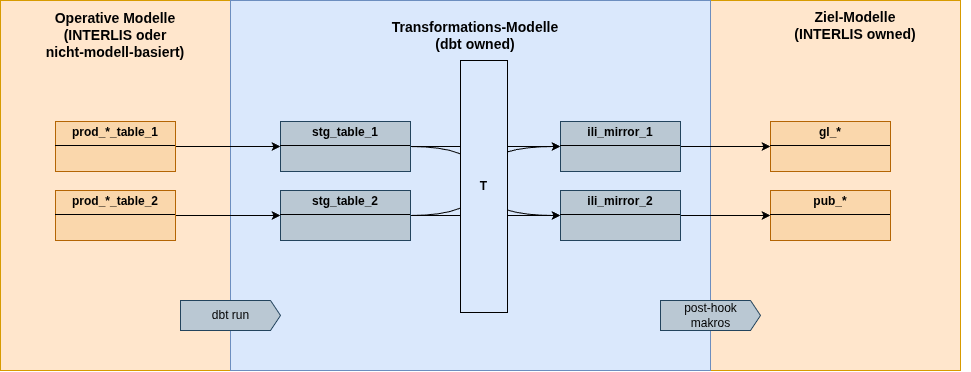
ayomeer/aue_dbt keeps this draw.io diagram as doc/img/dbt_boundaries.drawio.png. Above is the earlier version. Source tidied: cells renumbered, new cells last; positions are measured from the earlier drawing's top-left corner, leaving out a move shared by most shapes. The source it was exported from:
```xml
<mxGraphModel>
  <root>
    <mxCell id="0" />
    <mxCell id="1" parent="0" />
    <mxCell id="2" style="rounded=0;whiteSpace=wrap;html=1;fillColor=#ffe6cc;strokeColor=#d79b00;" parent="1" vertex="1">
      <mxGeometry x="710" width="250" height="370" as="geometry" />
    </mxCell>
    <mxCell id="3" style="rounded=0;whiteSpace=wrap;html=1;fillColor=#ffe6cc;strokeColor=#d79b00;" parent="1" vertex="1">
      <mxGeometry width="240" height="370" as="geometry" />
    </mxCell>
    <mxCell id="4" style="rounded=0;whiteSpace=wrap;html=1;fillColor=#dae8fc;strokeColor=#6c8ebf;" parent="1" vertex="1">
      <mxGeometry x="230" width="480" height="370" as="geometry" />
    </mxCell>
    <mxCell id="5" style="edgeStyle=orthogonalEdgeStyle;rounded=0;jettySize=auto;html=1;exitX=1;exitY=0.5;exitDx=0;exitDy=0;entryX=0;entryY=0.5;entryDx=0;entryDy=0;curved=1;" parent="1" edge="1" source="7" target="21">
      <mxGeometry relative="1" as="geometry">
        <Array as="points">
          <mxPoint x="480" y="146" />
          <mxPoint x="480" y="215" />
        </Array>
      </mxGeometry>
    </mxCell>
    <mxCell id="6" style="edgeStyle=orthogonalEdgeStyle;rounded=0;jettySize=auto;html=1;exitX=1;exitY=0.5;exitDx=0;exitDy=0;entryX=0;entryY=0.5;entryDx=0;entryDy=0;" parent="1" edge="1" source="7" target="9">
      <mxGeometry relative="1" as="geometry" />
    </mxCell>
    <mxCell id="7" value="&lt;p style=&quot;margin:0px;margin-top:4px;text-align:center;&quot;&gt;&lt;b&gt;stg_table_1&lt;/b&gt;&lt;/p&gt;&lt;hr size=&quot;1&quot; style=&quot;border-style:solid;&quot;&gt;&lt;div style=&quot;height:2px;&quot;&gt;&amp;nbsp; &amp;nbsp;&amp;nbsp;&lt;/div&gt;" style="verticalAlign=top;align=left;overflow=fill;html=1;whiteSpace=wrap;fillColor=#bac8d3;strokeColor=#23445d;" parent="1" vertex="1">
      <mxGeometry x="280" y="121" width="130" height="50" as="geometry" />
    </mxCell>
    <mxCell id="8" style="edgeStyle=orthogonalEdgeStyle;rounded=0;jettySize=auto;html=1;exitX=1;exitY=0.5;exitDx=0;exitDy=0;entryX=0;entryY=0.5;entryDx=0;entryDy=0;" parent="1" edge="1" source="9" target="19">
      <mxGeometry relative="1" as="geometry" />
    </mxCell>
    <mxCell id="9" value="&lt;p style=&quot;margin:0px;margin-top:4px;text-align:center;&quot;&gt;&lt;b&gt;ili_mirror_1&lt;/b&gt;&lt;/p&gt;&lt;hr size=&quot;1&quot; style=&quot;border-style:solid;&quot;&gt;&lt;div style=&quot;height:2px;&quot;&gt;&lt;/div&gt;" style="verticalAlign=top;align=left;overflow=fill;html=1;whiteSpace=wrap;fillColor=#bac8d3;strokeColor=#23445d;" parent="1" vertex="1">
      <mxGeometry x="560" y="121" width="120" height="50" as="geometry" />
    </mxCell>
    <mxCell id="10" value="Transformations-Modelle&lt;br&gt;(dbt owned)" style="text;html=1;whiteSpace=wrap;strokeColor=none;fillColor=none;align=center;verticalAlign=middle;rounded=0;fontSize=14;fontStyle=1;" parent="1" vertex="1">
      <mxGeometry x="250" y="20" width="450" height="30" as="geometry" />
    </mxCell>
    <mxCell id="11" value="Operative Modelle&lt;br&gt;(INTERLIS oder &lt;br&gt;nicht-modell-basiert)" style="text;html=1;whiteSpace=wrap;strokeColor=none;fillColor=none;align=center;verticalAlign=middle;rounded=0;fontSize=14;fontStyle=1;" parent="1" vertex="1">
      <mxGeometry x="10" y="20" width="210" height="30" as="geometry" />
    </mxCell>
    <mxCell id="12" style="edgeStyle=orthogonalEdgeStyle;rounded=0;jettySize=auto;html=1;exitX=1;exitY=0.5;exitDx=0;exitDy=0;entryX=0;entryY=0.5;entryDx=0;entryDy=0;" parent="1" edge="1" source="13" target="7">
      <mxGeometry relative="1" as="geometry" />
    </mxCell>
    <mxCell id="13" value="&lt;p style=&quot;margin:0px;margin-top:4px;text-align:center;&quot;&gt;&lt;b&gt;prod_*_table_1&lt;/b&gt;&lt;/p&gt;&lt;hr size=&quot;1&quot; style=&quot;border-style:solid;&quot;&gt;&lt;div style=&quot;height:2px;&quot;&gt;&lt;/div&gt;" style="verticalAlign=top;align=left;overflow=fill;html=1;whiteSpace=wrap;fillColor=#fad7ac;strokeColor=#b46504;" parent="1" vertex="1">
      <mxGeometry x="55" y="121" width="120" height="50" as="geometry" />
    </mxCell>
    <mxCell id="14" style="edgeStyle=orthogonalEdgeStyle;rounded=0;jettySize=auto;html=1;exitX=1;exitY=0.5;exitDx=0;exitDy=0;entryX=0;entryY=0.5;entryDx=0;entryDy=0;" parent="1" edge="1" source="15" target="18">
      <mxGeometry relative="1" as="geometry" />
    </mxCell>
    <mxCell id="15" value="&lt;p style=&quot;margin: 4px 0px 0px; text-align: center;&quot;&gt;&lt;b&gt;prod_*_table_2&lt;/b&gt;&lt;/p&gt;&lt;hr size=&quot;1&quot; style=&quot;border-style: solid;&quot;&gt;" style="verticalAlign=top;align=left;overflow=fill;html=1;whiteSpace=wrap;fillColor=#fad7ac;strokeColor=#b46504;" parent="1" vertex="1">
      <mxGeometry x="55" y="190" width="120" height="50" as="geometry" />
    </mxCell>
    <mxCell id="16" style="edgeStyle=orthogonalEdgeStyle;rounded=0;jettySize=auto;html=1;exitX=1;exitY=0.5;exitDx=0;exitDy=0;entryX=0;entryY=0.5;entryDx=0;entryDy=0;curved=1;strokeColor=#000000;" parent="1" edge="1" source="18" target="9">
      <mxGeometry relative="1" as="geometry">
        <Array as="points">
          <mxPoint x="480" y="215" />
          <mxPoint x="480" y="146" />
        </Array>
      </mxGeometry>
    </mxCell>
    <mxCell id="17" style="edgeStyle=orthogonalEdgeStyle;rounded=0;jettySize=auto;html=1;exitX=1;exitY=0.5;exitDx=0;exitDy=0;entryX=0;entryY=0.5;entryDx=0;entryDy=0;" parent="1" edge="1" source="18" target="21">
      <mxGeometry relative="1" as="geometry" />
    </mxCell>
    <mxCell id="18" value="&lt;p style=&quot;margin:0px;margin-top:4px;text-align:center;&quot;&gt;&lt;b&gt;stg_table_2&lt;/b&gt;&lt;/p&gt;&lt;hr size=&quot;1&quot; style=&quot;border-style:solid;&quot;&gt;&lt;div style=&quot;height:2px;&quot;&gt;&amp;nbsp; &amp;nbsp;&amp;nbsp;&lt;/div&gt;" style="verticalAlign=top;align=left;overflow=fill;html=1;whiteSpace=wrap;fillColor=#bac8d3;strokeColor=#23445d;" parent="1" vertex="1">
      <mxGeometry x="280" y="190" width="130" height="50" as="geometry" />
    </mxCell>
    <mxCell id="19" value="&lt;p style=&quot;margin:0px;margin-top:4px;text-align:center;&quot;&gt;&lt;b&gt;gl_*&lt;/b&gt;&lt;/p&gt;&lt;hr size=&quot;1&quot; style=&quot;border-style:solid;&quot;&gt;&lt;div style=&quot;height:2px;&quot;&gt;&lt;/div&gt;" style="verticalAlign=top;align=left;overflow=fill;html=1;whiteSpace=wrap;fillColor=#fad7ac;strokeColor=#b46504;" parent="1" vertex="1">
      <mxGeometry x="770" y="121" width="120" height="50" as="geometry" />
    </mxCell>
    <mxCell id="20" style="edgeStyle=orthogonalEdgeStyle;rounded=0;jettySize=auto;html=1;exitX=1;exitY=0.5;exitDx=0;exitDy=0;entryX=0;entryY=0.5;entryDx=0;entryDy=0;" parent="1" edge="1" source="21">
      <mxGeometry relative="1" as="geometry">
        <mxPoint x="770" y="215" as="targetPoint" />
      </mxGeometry>
    </mxCell>
    <mxCell id="21" value="&lt;p style=&quot;margin: 4px 0px 0px; text-align: center;&quot;&gt;&lt;b&gt;ili_mirror_2&lt;/b&gt;&lt;/p&gt;&lt;hr size=&quot;1&quot; style=&quot;border-style: solid;&quot;&gt;" style="verticalAlign=top;align=left;overflow=fill;html=1;whiteSpace=wrap;fillColor=#bac8d3;strokeColor=#23445d;" parent="1" vertex="1">
      <mxGeometry x="560" y="190" width="120" height="50" as="geometry" />
    </mxCell>
    <mxCell id="22" value="Ziel-Modelle&lt;br&gt;(INTERLIS owned)" style="text;html=1;whiteSpace=wrap;strokeColor=none;fillColor=none;align=center;verticalAlign=middle;rounded=0;fontSize=14;fontStyle=1;" parent="1" vertex="1">
      <mxGeometry x="740" y="10" width="230" height="30" as="geometry" />
    </mxCell>
    <mxCell id="23" value="&lt;p style=&quot;margin:0px;margin-top:4px;text-align:center;&quot;&gt;&lt;b&gt;pub_*&lt;/b&gt;&lt;/p&gt;&lt;hr size=&quot;1&quot; style=&quot;border-style:solid;&quot;&gt;&lt;div style=&quot;height:2px;&quot;&gt;&lt;/div&gt;" style="verticalAlign=top;align=left;overflow=fill;html=1;whiteSpace=wrap;fillColor=#fad7ac;strokeColor=#b46504;" parent="1" vertex="1">
      <mxGeometry x="770" y="190" width="120" height="50" as="geometry" />
    </mxCell>
    <mxCell id="24" value="T" style="rounded=0;whiteSpace=wrap;html=1;fillColor=#dae8fc;strokeColor=default;fontStyle=1;" parent="1" vertex="1">
      <mxGeometry x="460" y="60" width="47" height="252" as="geometry" />
    </mxCell>
    <mxCell id="25" value="dbt run" style="html=1;shadow=0;dashed=0;align=center;verticalAlign=middle;shape=mxgraph.arrows2.arrow;dy=0;dx=10;notch=0;fillColor=#bac8d3;strokeColor=#23445d;" parent="1" vertex="1">
      <mxGeometry x="180" y="300" width="100" height="30" as="geometry" />
    </mxCell>
    <mxCell id="26" value="post-hook&lt;br&gt;makros" style="html=1;shadow=0;dashed=0;align=center;verticalAlign=middle;shape=mxgraph.arrows2.arrow;dy=0;dx=10;notch=0;fillColor=#bac8d3;strokeColor=#23445d;" parent="1" vertex="1">
      <mxGeometry x="660" y="300" width="100" height="30" as="geometry" />
    </mxCell>
  </root>
</mxGraphModel>
```
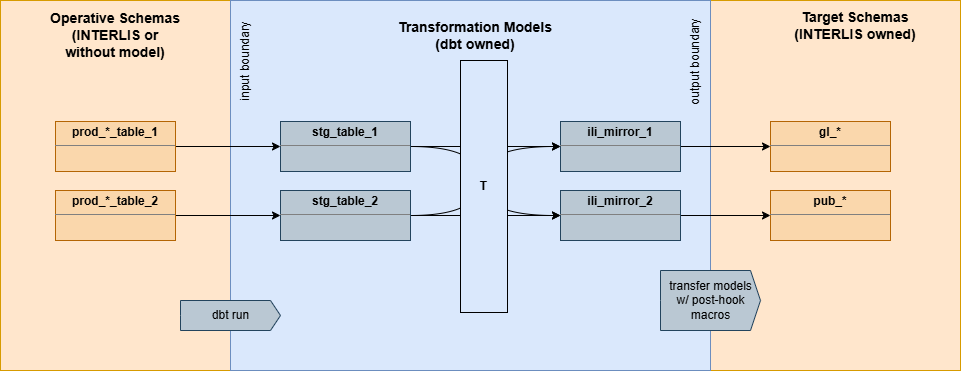
Above is the later version.

What changed in the source:
```diff
@@ -31,11 +31,11 @@
     <mxCell id="9" value="&lt;p style=&quot;margin:0px;margin-top:4px;text-align:center;&quot;&gt;&lt;b&gt;ili_mirror_1&lt;/b&gt;&lt;/p&gt;&lt;hr size=&quot;1&quot; style=&quot;border-style:solid;&quot;&gt;&lt;div style=&quot;height:2px;&quot;&gt;&lt;/div&gt;" style="verticalAlign=top;align=left;overflow=fill;html=1;whiteSpace=wrap;fillColor=#bac8d3;strokeColor=#23445d;" parent="1" vertex="1">
       <mxGeometry x="560" y="121" width="120" height="50" as="geometry" />
     </mxCell>
-    <mxCell id="10" value="Transformations-Modelle&lt;br&gt;(dbt owned)" style="text;html=1;whiteSpace=wrap;strokeColor=none;fillColor=none;align=center;verticalAlign=middle;rounded=0;fontSize=14;fontStyle=1;" parent="1" vertex="1">
+    <mxCell id="10" value="Transformation Models&lt;br&gt;(dbt owned)" style="text;html=1;whiteSpace=wrap;strokeColor=none;fillColor=none;align=center;verticalAlign=middle;rounded=0;fontSize=14;fontStyle=1;" parent="1" vertex="1">
       <mxGeometry x="250" y="20" width="450" height="30" as="geometry" />
     </mxCell>
-    <mxCell id="11" value="Operative Modelle&lt;br&gt;(INTERLIS oder &lt;br&gt;nicht-modell-basiert)" style="text;html=1;whiteSpace=wrap;strokeColor=none;fillColor=none;align=center;verticalAlign=middle;rounded=0;fontSize=14;fontStyle=1;" parent="1" vertex="1">
-      <mxGeometry x="10" y="20" width="210" height="30" as="geometry" />
+    <mxCell id="11" value="Operative Schemas&lt;br&gt;(INTERLIS or&lt;br&gt;without model)" style="text;html=1;whiteSpace=wrap;strokeColor=none;fillColor=none;align=center;verticalAlign=middle;rounded=0;fontSize=14;fontStyle=1;" parent="1" vertex="1">
+      <mxGeometry x="10" y="10" width="210" height="50" as="geometry" />
     </mxCell>
     <mxCell id="12" style="edgeStyle=orthogonalEdgeStyle;rounded=0;jettySize=auto;html=1;exitX=1;exitY=0.5;exitDx=0;exitDy=0;entryX=0;entryY=0.5;entryDx=0;entryDy=0;" parent="1" edge="1" source="13" target="7">
       <mxGeometry relative="1" as="geometry" />
@@ -74,7 +74,7 @@
     <mxCell id="21" value="&lt;p style=&quot;margin: 4px 0px 0px; text-align: center;&quot;&gt;&lt;b&gt;ili_mirror_2&lt;/b&gt;&lt;/p&gt;&lt;hr size=&quot;1&quot; style=&quot;border-style: solid;&quot;&gt;" style="verticalAlign=top;align=left;overflow=fill;html=1;whiteSpace=wrap;fillColor=#bac8d3;strokeColor=#23445d;" parent="1" vertex="1">
       <mxGeometry x="560" y="190" width="120" height="50" as="geometry" />
     </mxCell>
-    <mxCell id="22" value="Ziel-Modelle&lt;br&gt;(INTERLIS owned)" style="text;html=1;whiteSpace=wrap;strokeColor=none;fillColor=none;align=center;verticalAlign=middle;rounded=0;fontSize=14;fontStyle=1;" parent="1" vertex="1">
+    <mxCell id="22" value="Target Schemas&lt;br&gt;(INTERLIS owned)" style="text;html=1;whiteSpace=wrap;strokeColor=none;fillColor=none;align=center;verticalAlign=middle;rounded=0;fontSize=14;fontStyle=1;" parent="1" vertex="1">
       <mxGeometry x="740" y="10" width="230" height="30" as="geometry" />
     </mxCell>
     <mxCell id="23" value="&lt;p style=&quot;margin:0px;margin-top:4px;text-align:center;&quot;&gt;&lt;b&gt;pub_*&lt;/b&gt;&lt;/p&gt;&lt;hr size=&quot;1&quot; style=&quot;border-style:solid;&quot;&gt;&lt;div style=&quot;height:2px;&quot;&gt;&lt;/div&gt;" style="verticalAlign=top;align=left;overflow=fill;html=1;whiteSpace=wrap;fillColor=#fad7ac;strokeColor=#b46504;" parent="1" vertex="1">
@@ -86,8 +86,14 @@
     <mxCell id="25" value="dbt run" style="html=1;shadow=0;dashed=0;align=center;verticalAlign=middle;shape=mxgraph.arrows2.arrow;dy=0;dx=10;notch=0;fillColor=#bac8d3;strokeColor=#23445d;" parent="1" vertex="1">
       <mxGeometry x="180" y="300" width="100" height="30" as="geometry" />
     </mxCell>
-    <mxCell id="26" value="post-hook&lt;br&gt;makros" style="html=1;shadow=0;dashed=0;align=center;verticalAlign=middle;shape=mxgraph.arrows2.arrow;dy=0;dx=10;notch=0;fillColor=#bac8d3;strokeColor=#23445d;" parent="1" vertex="1">
-      <mxGeometry x="660" y="300" width="100" height="30" as="geometry" />
+    <mxCell id="26" value="transfer models&lt;br&gt;w/ post-hook&lt;br&gt;macros" style="html=1;shadow=0;dashed=0;align=center;verticalAlign=middle;shape=mxgraph.arrows2.arrow;dy=0;dx=10;notch=0;fillColor=#bac8d3;strokeColor=#23445d;" parent="1" vertex="1">
+      <mxGeometry x="660" y="270" width="100" height="60" as="geometry" />
     </mxCell>
+    <mxCell id="27" value="input boundary" style="text;html=1;whiteSpace=wrap;strokeColor=none;fillColor=none;align=center;verticalAlign=middle;rounded=0;rotation=-90;" parent="1" vertex="1">
+      <mxGeometry x="185" y="46" width="120" height="30" as="geometry" />
+    </mxCell>
+    <mxCell id="28" value="output boundary" style="text;html=1;whiteSpace=wrap;strokeColor=none;fillColor=none;align=center;verticalAlign=middle;rounded=0;rotation=-90;" parent="1" vertex="1">
+      <mxGeometry x="635" y="46" width="120" height="30" as="geometry" />
+    </mxCell>
   </root>
 </mxGraphModel>
```
